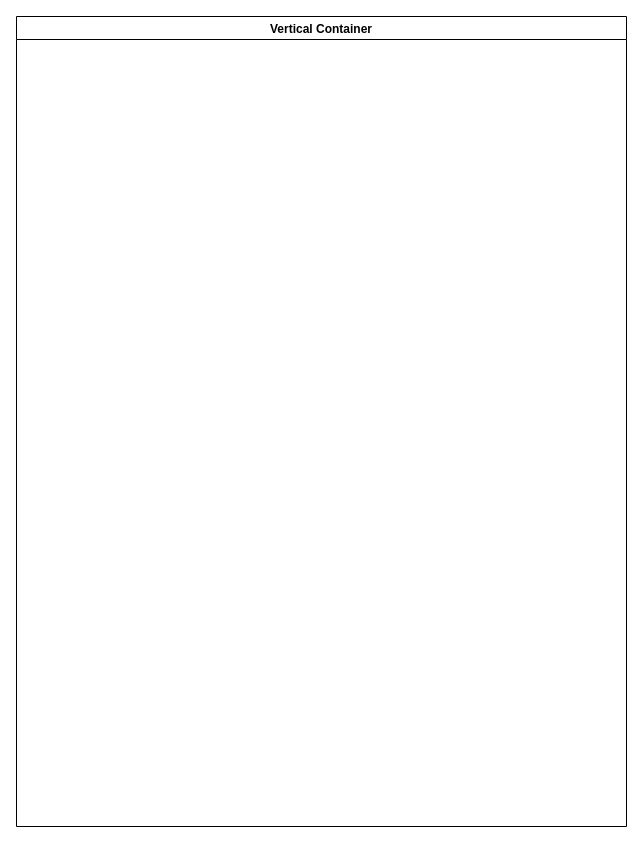
Above: GeoLocationFramework.drawio in willdonlan8/test (draw.io), before the change. Source tidied: cells renumbered, new cells numbered last; positions are measured from the earlier drawing's top-left corner, leaving out a move shared by most shapes. Both pictures are drawn from the tidied source at 100%, with x=0, y=0 at pixel (16, 16).
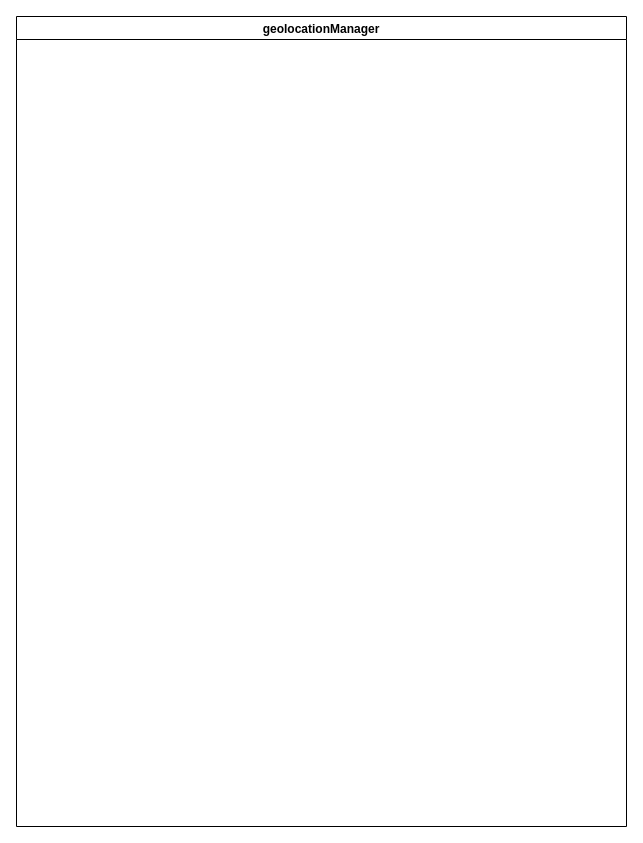
After the change.

The edit, as a diff of the source:
```diff
@@
 <mxGraphModel>
   <root>
     <mxCell id="0" />
     <mxCell id="1" parent="0" />
-    <mxCell id="2" value="Vertical Container" style="swimlane;" parent="1" vertex="1">
+    <mxCell id="2" value="geolocationManager" style="swimlane;" parent="1" vertex="1">
       <mxGeometry width="610" height="810" as="geometry" />
     </mxCell>
   </root>
 </mxGraphModel>
```
